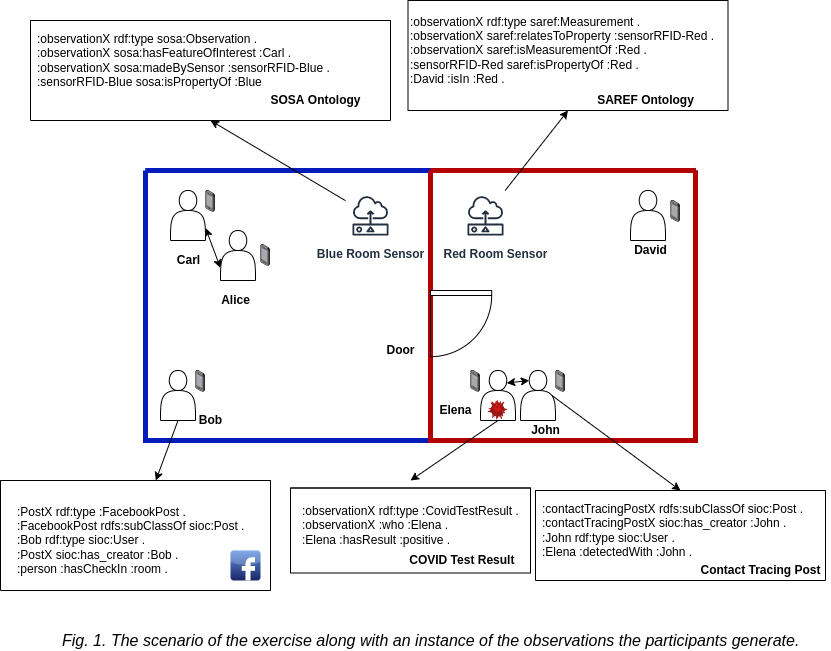
argahsuknesib/static-files keeps this draw.io diagram as figures/roxi.png. Above is the earlier version. Source tidied: cells renumbered, new cells last; positions are measured from the earlier drawing's top-left corner, leaving out a move shared by most shapes.
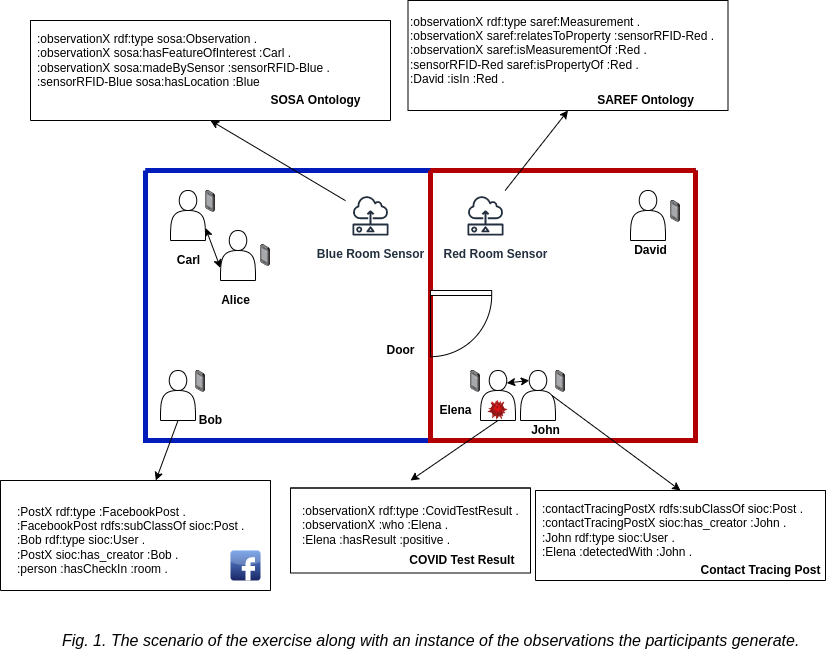
After the change.

Diff of the diagram source:
```diff
@@ -107,7 +107,7 @@
     <mxCell id="36" style="swimlane;startSize=0;fontSize=12;strokeColor=#000000;strokeWidth=1;fillColor=#FFFFFF;" parent="1" vertex="1">
       <mxGeometry x="30" y="20" width="360" height="100" as="geometry" />
     </mxCell>
-    <mxCell id="37" value=":observationX rdf:type sosa:Observation .&lt;br&gt;:observationX sosa:hasFeatureOfInterest :Carl .&lt;br&gt;:observationX sosa:madeBySensor :sensorRFID-Blue .&lt;br&gt;:sensorRFID-Blue sosa:isPropertyOf :Blue" style="text;html=1;align=left;verticalAlign=middle;strokeColor=none;fillColor=none;fontSize=12;" parent="36" vertex="1">
+    <mxCell id="37" value=":observationX rdf:type sosa:Observation .&lt;br&gt;:observationX sosa:hasFeatureOfInterest :Carl .&lt;br&gt;:observationX sosa:madeBySensor :sensorRFID-Blue .&lt;br&gt;:sensorRFID-Blue sosa:hasLocation :Blue" style="text;html=1;align=left;verticalAlign=middle;strokeColor=none;fillColor=none;fontSize=12;" parent="36" vertex="1">
       <mxGeometry x="5" y="10" width="310" height="60" as="geometry" />
     </mxCell>
     <mxCell id="38" value="&lt;b&gt;SOSA Ontology&lt;/b&gt;" style="text;html=1;align=center;verticalAlign=middle;strokeColor=none;fillColor=none;fontSize=12;" parent="36" vertex="1">
```
